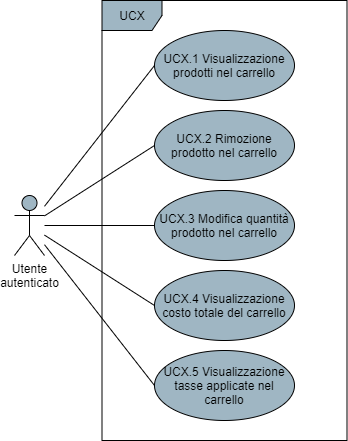
Above: DocumentazioneEsterna/AnalisiDeiRequisiti/res/UseCase/Immagini/GestioneCarrello.png in Omicron-Team/Documentazione (draw.io), before the change. Source tidied: cells renumbered, new cells last; positions are measured from the earlier drawing's top-left corner, leaving out a move shared by most shapes.
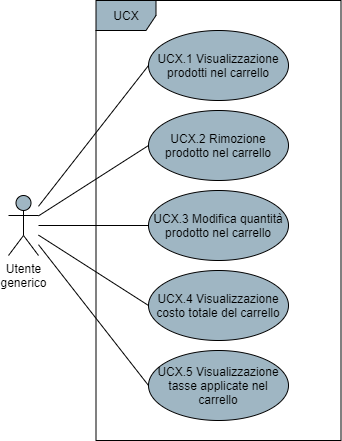
The same diagram one commit later.

Commit message:
aggiornati attori casi d'uso carrello e profilo

What changed in the source:
```diff
@@ -17,7 +17,7 @@
     <mxCell id="6" style="edgeStyle=none;rounded=0;jettySize=auto;html=1;entryX=0;entryY=0.5;entryDx=0;entryDy=0;endArrow=none;endFill=0;" parent="1" edge="1" source="7" target="13">
       <mxGeometry relative="1" as="geometry" />
     </mxCell>
-    <mxCell id="7" value="Utente&lt;br&gt;autenticato" style="shape=umlActor;verticalLabelPosition=bottom;verticalAlign=top;html=1;fillColor=#9FB6C3;" parent="1" vertex="1">
+    <mxCell id="7" value="Utente&lt;br&gt;generico" style="shape=umlActor;verticalLabelPosition=bottom;verticalAlign=top;html=1;fillColor=#9FB6C3;" parent="1" vertex="1">
       <mxGeometry y="195" width="30" height="60" as="geometry" />
     </mxCell>
     <mxCell id="8" value="UCX" style="shape=umlFrame;whiteSpace=wrap;html=1;fillColor=#9FB6C3;" parent="1" vertex="1">
```
